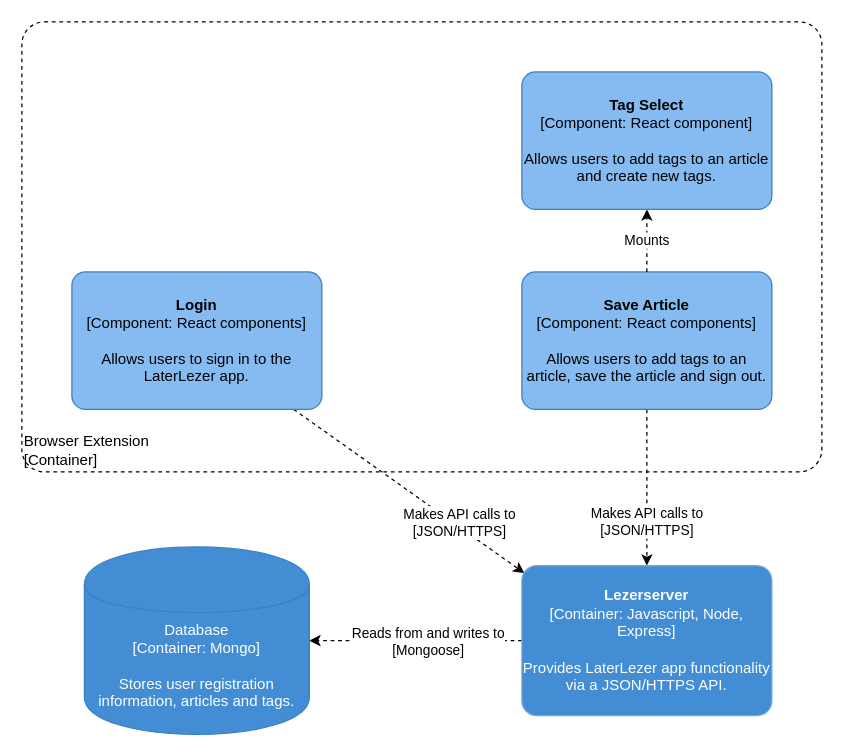
Above: page "component-diagram-extension" (4 of 7) of documents/c4model.drawio in Patrickroelofs/HANICA-DWA-Laterlezer (draw.io), before the change. Source tidied: cells renumbered, new cells numbered last; positions are measured from the earlier drawing's top-left corner, leaving out a move shared by most shapes. Both pictures are drawn from the tidied source at 125%, with x=0, y=0 at pixel (21, 21).
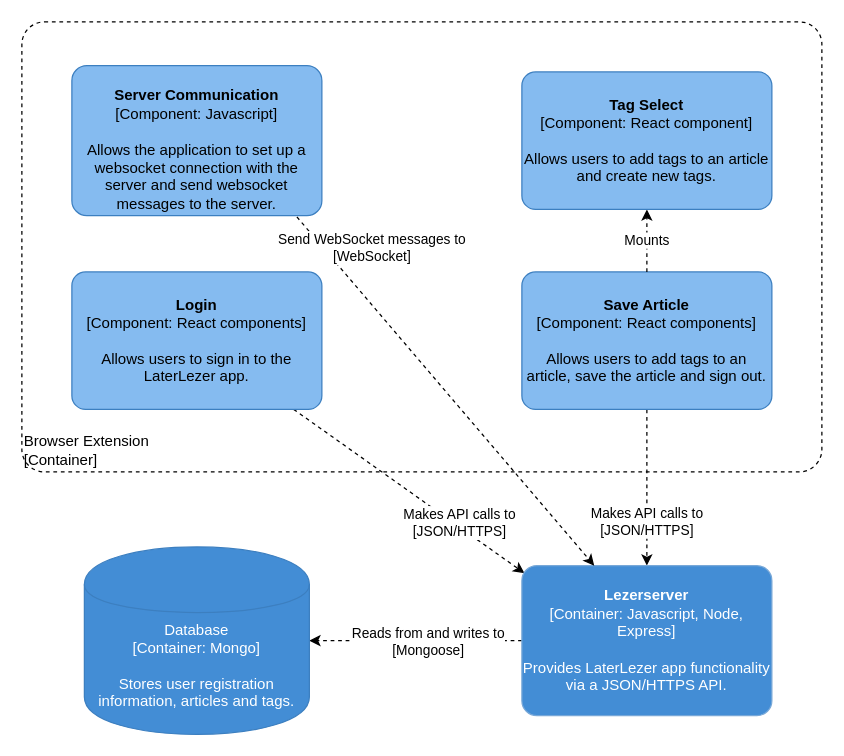
After the change.

Diff of the diagram source:
```diff
@@
+    <mxCell id="13" style="edgeStyle=none;rounded=0;orthogonalLoop=1;jettySize=auto;html=1;dashed=1;exitX=0.855;exitY=1.008;exitDx=0;exitDy=0;exitPerimeter=0;" parent="1" edge="1">
+      <mxGeometry relative="1" as="geometry">
+        <mxPoint x="220" y="156" as="sourcePoint" />
+        <mxPoint x="457.9" y="435" as="targetPoint" />
+      </mxGeometry>
+    </mxCell>
+    <mxCell id="14" value="Send WebSocket messages to&lt;br&gt;[WebSocket]" style="edgeLabel;html=1;align=center;verticalAlign=middle;" parent="13" vertex="1">
+      <mxGeometry x="-0.46" y="-3" relative="1" as="geometry">
+        <mxPoint x="-2.9" y="-53.2" as="offset" />
+      </mxGeometry>
+    </mxCell>
+    <object id="15" label="&lt;b&gt;%c4Name%&lt;/b&gt;&lt;div&gt;[%c4Type%: %c4Technology%]&lt;/div&gt;&lt;br&gt;&lt;div&gt;%c4Description%&lt;/div&gt;" c4Description="Allows the application to set up a websocket connection with the server and send websocket messages to the server." c4Name="&#10;Server Communication" c4Technology="Javascript" c4Type="Component" placeholders="1">
+      <mxCell style="rounded=1;whiteSpace=wrap;html=1;labelBackgroundColor=none;align=center;arcSize=10;strokeColor=#3C7FC0;metaData={&quot;c4Type&quot;:{&quot;editable&quot;:false}};fillColor=#85BBF0;" parent="1" vertex="1">
+        <mxGeometry x="40" y="35" width="200" height="120" as="geometry" />
+      </mxCell>
+    </object>
```
